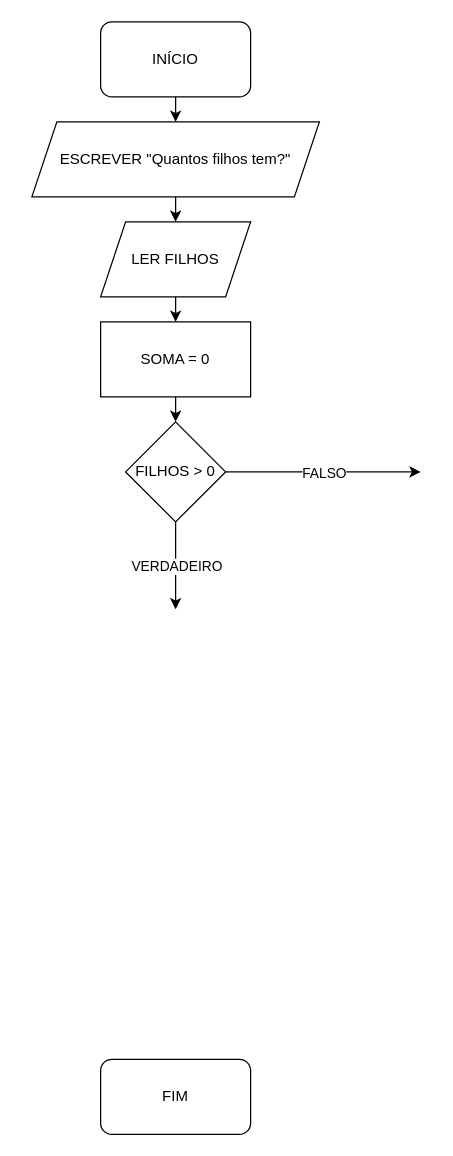
This is 1P-PROG-UFCD-0804-TRABALHOFINAL-14488.drawio from VascoMatos/fluxogramas, a draw.io file, before an edit. Source tidied: cells renumbered, new cells numbered last; positions are measured from the earlier drawing's top-left corner, leaving out a move shared by most shapes. Both pictures are drawn from the tidied source at 125%, with x=0, y=0 at pixel (31, 21).
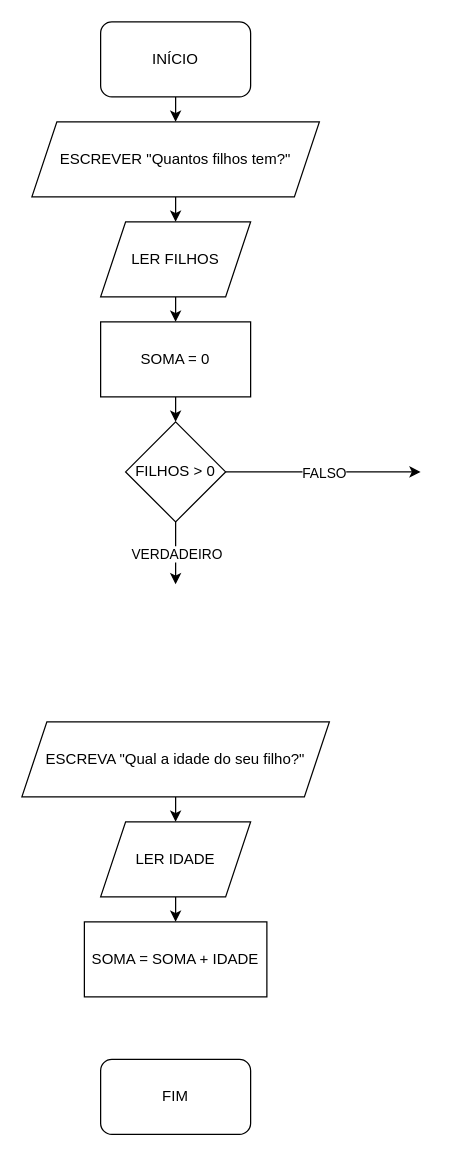
Above is the later version.

Unchanged cells that the change refers to:
```xml
<mxCell id="10" value="FILHOS &amp;gt; 0" style="rhombus;whiteSpace=wrap;html=1;" parent="1" vertex="1">
  <mxGeometry x="75" y="320" width="80" height="80" as="geometry" />
</mxCell>
```

The edit, as a diff of the source:
```diff
@@
     <mxCell id="12" style="endArrow=classic;html=1;rounded=0;exitX=0.5;exitY=1;exitDx=0;exitDy=0;" parent="1" edge="1" source="10">
       <mxGeometry relative="1" as="geometry">
-        <mxPoint x="115" y="470" as="targetPoint" />
+        <mxPoint x="115" y="450" as="targetPoint" />
       </mxGeometry>
     </mxCell>
@@
+    <mxCell id="16" value="ESCREVA &quot;Qual a idade do seu filho?&quot;" style="shape=parallelogram;perimeter=parallelogramPerimeter;whiteSpace=wrap;html=1;fixedSize=1;" parent="1" vertex="1">
+      <mxGeometry x="-8" y="560" width="246" height="60" as="geometry" />
+    </mxCell>
+    <mxCell id="17" value="LER IDADE" style="shape=parallelogram;perimeter=parallelogramPerimeter;whiteSpace=wrap;html=1;fixedSize=1;" parent="1" vertex="1">
+      <mxGeometry x="55" y="640" width="120" height="60" as="geometry" />
+    </mxCell>
+    <mxCell id="18" style="endArrow=classic;html=1;rounded=0;exitX=0.5;exitY=1;exitDx=0;exitDy=0;entryX=0.5;entryY=0;entryDx=0;entryDy=0;" parent="1" edge="1" source="16" target="17">
+      <mxGeometry relative="1" as="geometry" />
+    </mxCell>
+    <mxCell id="19" value="SOMA = SOMA + IDADE" style="rounded=0;whiteSpace=wrap;html=1;" parent="1" vertex="1">
+      <mxGeometry x="42" y="720" width="146" height="60" as="geometry" />
+    </mxCell>
+    <mxCell id="20" style="endArrow=classic;html=1;rounded=0;exitX=0.5;exitY=1;exitDx=0;exitDy=0;entryX=0.5;entryY=0;entryDx=0;entryDy=0;" parent="1" edge="1" source="17" target="19">
+      <mxGeometry relative="1" as="geometry" />
+    </mxCell>
```
